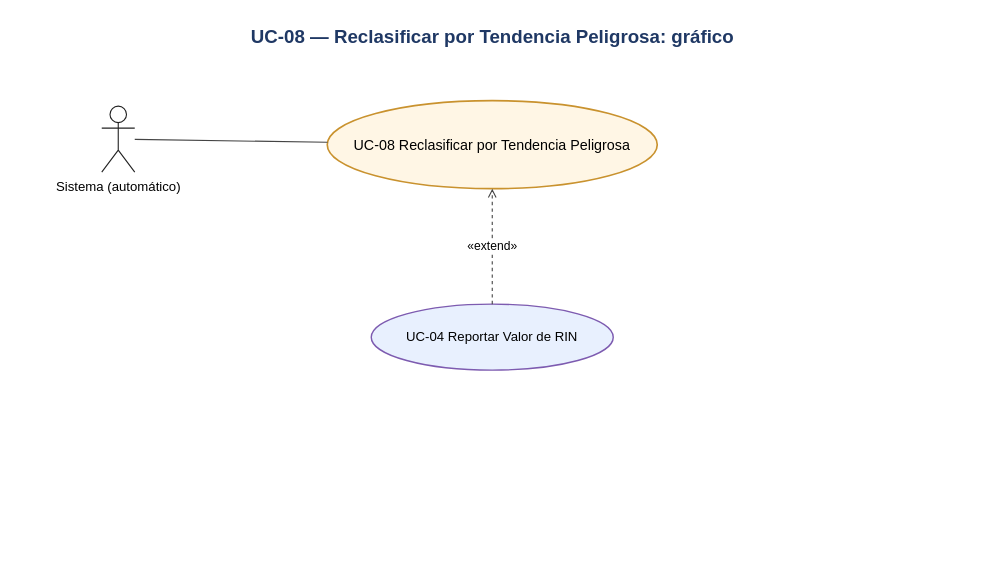
Above: Diagramas/UC-08/UC-08 - Gráfico.drawio in DanteSchlogl/OpenRIN-corregido (draw.io), before the change. Source tidied: cells renumbered, new cells numbered last; positions are measured from the earlier drawing's top-left corner, leaving out a move shared by most shapes. Both pictures are drawn from the tidied source at 110%, with x=0, y=0 at pixel (19, 19).
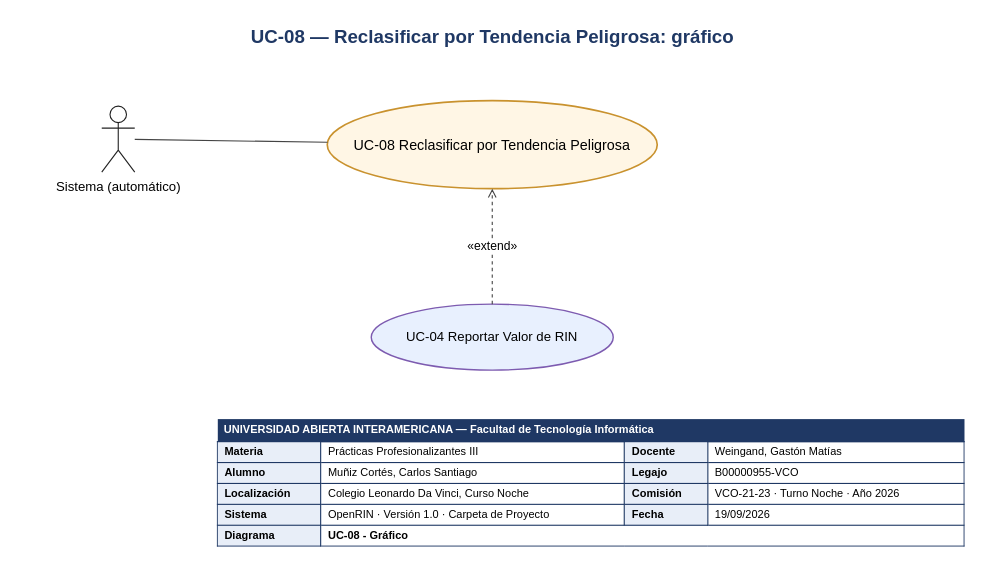
Above is the later version.

What changed in the source:
```diff
@@
 <mxGraphModel>
   <root>
     <mxCell id="0" />
     <mxCell id="1" parent="0" />
     <mxCell id="2" value="UC-08 — Reclasificar por Tendencia Peligrosa: gráfico" style="text;html=1;strokeColor=none;fillColor=none;fontFamily=Arial;whiteSpace=nowrap;fontSize=17;fontStyle=1;fontColor=#1F3864;align=center;" parent="1" vertex="1">
       <mxGeometry width="860" height="28" as="geometry" />
     </mxCell>
     <mxCell id="3" value="UC-08 Reclasificar por Tendencia Peligrosa" style="ellipse;whiteSpace=wrap;html=1;fillColor=#FFF6E5;strokeColor=#C9922E;strokeWidth=1.5;fontFamily=Arial;fontSize=13;" parent="1" vertex="1">
       <mxGeometry x="280" y="74" width="300" height="80" as="geometry" />
     </mxCell>
     <mxCell id="4" value="Sistema (automático)" style="shape=umlActor;verticalLabelPosition=bottom;verticalAlign=top;html=1;outlineConnect=0;strokeColor=#222222;fillColor=none;fontFamily=Arial;fontSize=12;" parent="1" vertex="1">
       <mxGeometry x="75" y="79" width="30" height="60" as="geometry" />
     </mxCell>
     <mxCell id="5" style="endArrow=none;html=1;strokeColor=#444444;" parent="1" edge="1" source="4" target="3">
       <mxGeometry relative="1" as="geometry" />
     </mxCell>
     <mxCell id="6" value="UC-04 Reportar Valor de RIN" style="ellipse;whiteSpace=wrap;html=1;fillColor=#E8F0FE;strokeColor=#7D5BB0;strokeWidth=1.3;fontFamily=Arial;fontSize=12;" parent="1" vertex="1">
       <mxGeometry x="320" y="259" width="220" height="60" as="geometry" />
     </mxCell>
     <mxCell id="7" value="«extend»" style="html=1;dashed=1;endArrow=open;endFill=0;strokeColor=#444444;fontFamily=Arial;fontSize=11;labelBackgroundColor=#FFFFFF;" parent="1" edge="1" source="6" target="3">
       <mxGeometry relative="1" as="geometry" />
     </mxCell>
+    <mxCell id="8" value="&lt;table style=&quot;border-collapse:collapse;font-family:Arial;font-size:10px;width:680px;table-layout:auto;&quot;&gt;&lt;tr&gt;&lt;td colspan=&quot;4&quot; style=&quot;background:#1F3864;color:#FFFFFF;font-weight:bold;padding:4px 6px;&quot;&gt;UNIVERSIDAD ABIERTA INTERAMERICANA — Facultad de Tecnología Informática&lt;/td&gt;&lt;/tr&gt;&lt;tr&gt;&lt;td style=&quot;border:1px solid #1F3864;padding:3px 6px;font-weight:bold;background:#E8EEF8;white-space:nowrap;&quot;&gt;Materia&lt;/td&gt;&lt;td style=&quot;border:1px solid #1F3864;padding:3px 6px;&quot;&gt;Prácticas Profesionalizantes III&lt;/td&gt;&lt;td style=&quot;border:1px solid #1F3864;padding:3px 6px;font-weight:bold;background:#E8EEF8;white-space:nowrap;&quot;&gt;Docente&lt;/td&gt;&lt;td style=&quot;border:1px solid #1F3864;padding:3px 6px;&quot;&gt;Weingand, Gastón Matías&lt;/td&gt;&lt;/tr&gt;&lt;tr&gt;&lt;td style=&quot;border:1px solid #1F3864;padding:3px 6px;font-weight:bold;background:#E8EEF8;white-space:nowrap;&quot;&gt;Alumno&lt;/td&gt;&lt;td style=&quot;border:1px solid #1F3864;padding:3px 6px;&quot;&gt;Muñiz Cortés, Carlos Santiago&lt;/td&gt;&lt;td style=&quot;border:1px solid #1F3864;padding:3px 6px;font-weight:bold;background:#E8EEF8;white-space:nowrap;&quot;&gt;Legajo&lt;/td&gt;&lt;td style=&quot;border:1px solid #1F3864;padding:3px 6px;&quot;&gt;B00000955-VCO&lt;/td&gt;&lt;/tr&gt;&lt;tr&gt;&lt;td style=&quot;border:1px solid #1F3864;padding:3px 6px;font-weight:bold;background:#E8EEF8;white-space:nowrap;&quot;&gt;Localización&lt;/td&gt;&lt;td style=&quot;border:1px solid #1F3864;padding:3px 6px;&quot;&gt;Colegio Leonardo Da Vinci, Curso Noche&lt;/td&gt;&lt;td style=&quot;border:1px solid #1F3864;padding:3px 6px;font-weight:bold;background:#E8EEF8;white-space:nowrap;&quot;&gt;Comisión&lt;/td&gt;&lt;td style=&quot;border:1px solid #1F3864;padding:3px 6px;&quot;&gt;VCO-21-23 · Turno Noche · Año 2026&lt;/td&gt;&lt;/tr&gt;&lt;tr&gt;&lt;td style=&quot;border:1px solid #1F3864;padding:3px 6px;font-weight:bold;background:#E8EEF8;white-space:nowrap;&quot;&gt;Sistema&lt;/td&gt;&lt;td style=&quot;border:1px solid #1F3864;padding:3px 6px;&quot;&gt;OpenRIN · Versión 1.0 · Carpeta de Proyecto&lt;/td&gt;&lt;td style=&quot;border:1px solid #1F3864;padding:3px 6px;font-weight:bold;background:#E8EEF8;white-space:nowrap;&quot;&gt;Fecha&lt;/td&gt;&lt;td style=&quot;border:1px solid #1F3864;padding:3px 6px;&quot;&gt;19/09/2026&lt;/td&gt;&lt;/tr&gt;&lt;tr&gt;&lt;td style=&quot;border:1px solid #1F3864;padding:3px 6px;font-weight:bold;background:#E8EEF8;white-space:nowrap;&quot;&gt;Diagrama&lt;/td&gt;&lt;td colspan=&quot;3&quot; style=&quot;border:1px solid #1F3864;padding:3px 6px;font-weight:bold;&quot;&gt;UC-08 - Gráfico&lt;/td&gt;&lt;/tr&gt;&lt;/table&gt;" style="html=1;whiteSpace=wrap;overflow=hidden;align=left;verticalAlign=top;fillColor=#FFFFFF;strokeColor=none;spacing=0;" parent="1" vertex="1">
+      <mxGeometry x="180" y="359" width="680" height="136" as="geometry" />
+    </mxCell>
   </root>
 </mxGraphModel>
```
